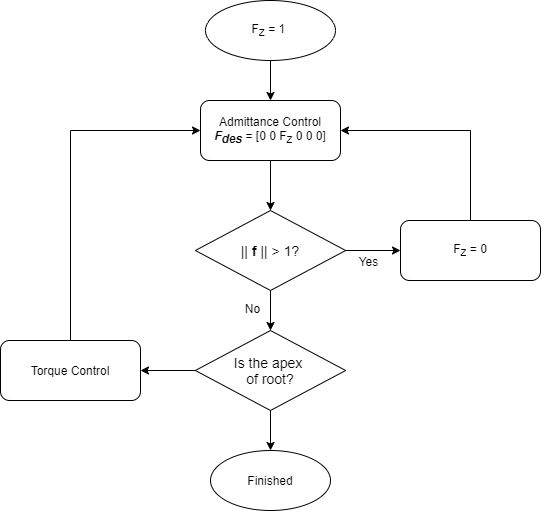
Above: 009YiChan/Chan's thesis/Images/torque_control.png in yichan0428/MS_thesis (draw.io), before the change. Source tidied: cells renumbered, new cells last; positions are measured from the earlier drawing's top-left corner, leaving out a move shared by most shapes.
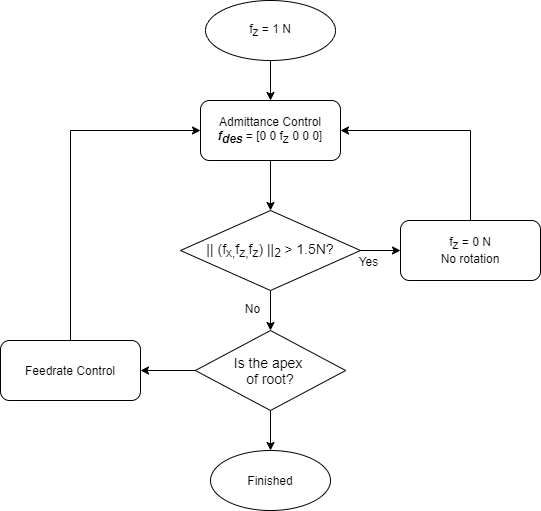
Above is the later version.

Diff of the diagram source:
```diff
@@ -5,19 +5,19 @@
     <mxCell id="2" style="edgeStyle=orthogonalEdgeStyle;rounded=0;jettySize=auto;html=1;exitX=0.5;exitY=1;exitDx=0;exitDy=0;entryX=0.5;entryY=0;entryDx=0;entryDy=0;" parent="1" edge="1" source="3" target="5">
       <mxGeometry relative="1" as="geometry" />
     </mxCell>
-    <mxCell id="3" value="&lt;span style=&quot;font-size: 12px&quot;&gt;F&lt;sub&gt;z&lt;/sub&gt;&lt;/span&gt;&lt;span style=&quot;font-size: 10px&quot;&gt;&amp;nbsp;= 1&amp;nbsp;&lt;/span&gt;" style="ellipse;whiteSpace=wrap;html=1;fontSize=5;" parent="1" vertex="1">
+    <mxCell id="3" value="&lt;span style=&quot;font-size: 12px&quot;&gt;f&lt;sub&gt;z&lt;/sub&gt;&lt;/span&gt;&lt;span style=&quot;font-size: 10px&quot;&gt;&amp;nbsp;= 1 N&lt;/span&gt;" style="ellipse;whiteSpace=wrap;html=1;fontSize=5;" parent="1" vertex="1">
       <mxGeometry x="205" width="130" height="60" as="geometry" />
     </mxCell>
     <mxCell id="4" style="edgeStyle=orthogonalEdgeStyle;rounded=0;jettySize=auto;html=1;exitX=0.5;exitY=1;exitDx=0;exitDy=0;entryX=0.5;entryY=0;entryDx=0;entryDy=0;" parent="1" edge="1" source="5" target="10">
       <mxGeometry relative="1" as="geometry" />
     </mxCell>
-    <mxCell id="5" value="Admittance Control&lt;br&gt;&lt;i&gt;&lt;b&gt;F&lt;sub&gt;des&lt;/sub&gt;&lt;/b&gt;&lt;/i&gt;&amp;nbsp;= [0 0 F&lt;sub&gt;z&lt;/sub&gt;&lt;span style=&quot;font-size: 10px&quot;&gt;&amp;nbsp;0 0 0&lt;/span&gt;&lt;span style=&quot;font-size: 5px&quot;&gt;]&lt;/span&gt;" style="rounded=1;whiteSpace=wrap;html=1;" parent="1" vertex="1">
+    <mxCell id="5" value="Admittance Control&lt;br&gt;&lt;i&gt;&lt;b&gt;f&lt;sub&gt;des&lt;/sub&gt;&lt;/b&gt;&lt;/i&gt;&amp;nbsp;= [0 0 f&lt;sub&gt;z&lt;/sub&gt;&lt;span style=&quot;font-size: 10px&quot;&gt;&amp;nbsp;0 0 0&lt;/span&gt;&lt;span style=&quot;font-size: 5px&quot;&gt;]&lt;/span&gt;" style="rounded=1;whiteSpace=wrap;html=1;" parent="1" vertex="1">
       <mxGeometry x="200" y="100" width="140" height="60" as="geometry" />
     </mxCell>
     <mxCell id="6" style="edgeStyle=orthogonalEdgeStyle;rounded=0;jettySize=auto;html=1;exitX=0.5;exitY=0;exitDx=0;exitDy=0;entryX=0;entryY=0.5;entryDx=0;entryDy=0;" parent="1" edge="1" source="7" target="5">
       <mxGeometry relative="1" as="geometry" />
     </mxCell>
-    <mxCell id="7" value="Torque Control" style="rounded=1;whiteSpace=wrap;html=1;" parent="1" vertex="1">
+    <mxCell id="7" value="Feedrate Control" style="rounded=1;whiteSpace=wrap;html=1;" parent="1" vertex="1">
       <mxGeometry y="340" width="140" height="60" as="geometry" />
     </mxCell>
     <mxCell id="8" style="edgeStyle=orthogonalEdgeStyle;rounded=0;jettySize=auto;html=1;exitX=1;exitY=0.5;exitDx=0;exitDy=0;" parent="1" edge="1" source="10" target="12">
@@ -26,13 +26,13 @@
     <mxCell id="9" style="edgeStyle=orthogonalEdgeStyle;rounded=0;jettySize=auto;html=1;exitX=0.5;exitY=1;exitDx=0;exitDy=0;entryX=0.5;entryY=0;entryDx=0;entryDy=0;" parent="1" edge="1" source="10" target="17">
       <mxGeometry relative="1" as="geometry" />
     </mxCell>
-    <mxCell id="10" value="&lt;font style=&quot;font-size: 14px&quot;&gt;||&amp;nbsp;&lt;b&gt;f&amp;nbsp;&lt;/b&gt;|| &amp;gt; 1?&lt;/font&gt;" style="rhombus;whiteSpace=wrap;html=1;" parent="1" vertex="1">
-      <mxGeometry x="194.9" y="210" width="150.2" height="80" as="geometry" />
+    <mxCell id="10" value="&lt;font style=&quot;font-size: 14px&quot;&gt;|| (f&lt;sub&gt;x,&lt;/sub&gt;f&lt;sub&gt;z,&lt;/sub&gt;f&lt;/font&gt;&lt;font&gt;&lt;span style=&quot;font-size: 11.6667px&quot;&gt;&lt;sub&gt;z&lt;/sub&gt;&lt;/span&gt;&lt;span style=&quot;font-size: 14px&quot;&gt;)&lt;/span&gt;&lt;b style=&quot;font-size: 14px&quot;&gt;&amp;nbsp;&lt;/b&gt;&lt;span style=&quot;font-size: 14px&quot;&gt;||&lt;/span&gt;&lt;span style=&quot;font-size: 11.6667px&quot;&gt;&lt;sub&gt;2&amp;nbsp;&lt;/sub&gt;&lt;/span&gt;&lt;span style=&quot;font-size: 14px&quot;&gt;&amp;gt; 1.5N?&lt;/span&gt;&lt;/font&gt;" style="rhombus;whiteSpace=wrap;html=1;" parent="1" vertex="1">
+      <mxGeometry x="180" y="210" width="180" height="80" as="geometry" />
     </mxCell>
     <mxCell id="11" style="edgeStyle=orthogonalEdgeStyle;rounded=0;jettySize=auto;html=1;exitX=0.5;exitY=0;exitDx=0;exitDy=0;entryX=1;entryY=0.5;entryDx=0;entryDy=0;" parent="1" edge="1" source="12" target="5">
       <mxGeometry relative="1" as="geometry" />
     </mxCell>
-    <mxCell id="12" value="&lt;span&gt;F&lt;sub&gt;z&lt;/sub&gt;&lt;/span&gt;&lt;span style=&quot;font-size: 10px&quot;&gt;&amp;nbsp;= 0&lt;/span&gt;" style="rounded=1;whiteSpace=wrap;html=1;" parent="1" vertex="1">
+    <mxCell id="12" value="&lt;span&gt;f&lt;sub&gt;z&lt;/sub&gt;&lt;/span&gt;&lt;span style=&quot;font-size: 10px&quot;&gt;&amp;nbsp;= 0 N&lt;br&gt;No rotation&lt;br&gt;&lt;/span&gt;" style="rounded=1;whiteSpace=wrap;html=1;" parent="1" vertex="1">
       <mxGeometry x="400" y="220" width="140" height="60" as="geometry" />
     </mxCell>
     <mxCell id="13" value="Yes" style="text;html=1;align=center;verticalAlign=middle;strokeColor=none;fontSize=5;" parent="1" vertex="1">
```
